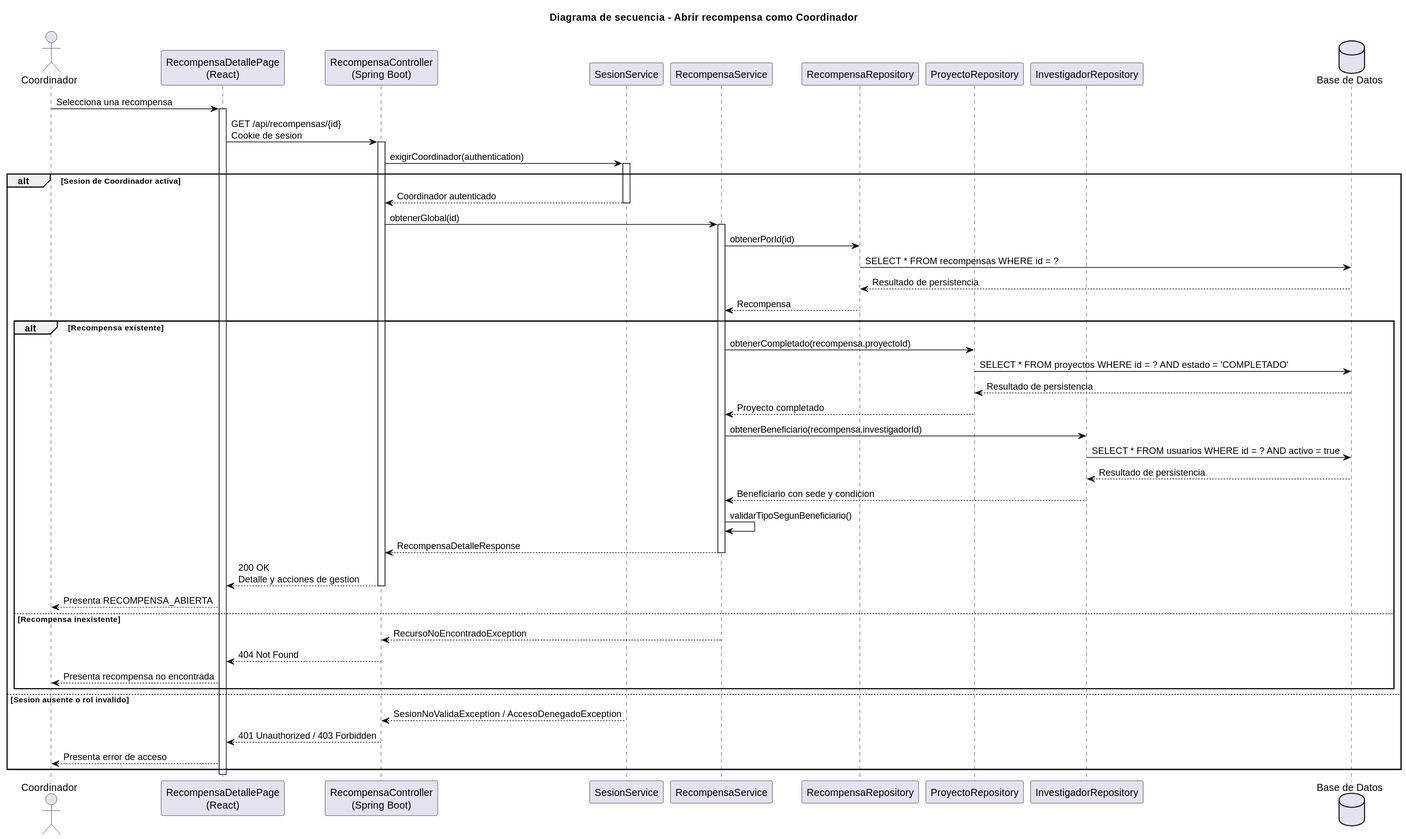
The PlantUML diagram images/RUP/02-diseño/casos-uso/coordinador/abrirRecompensa/secuencia.svg in beatriizorozco/25-26-idsw2-sdVC, before a commit. Its diagram source:
```plantuml
@startuml
title Diagrama de secuencia - Abrir recompensa como Coordinador

actor Coordinador
participant "RecompensaDetallePage\n(React)" as Frontend
participant "RecompensaController\n(Spring Boot)" as Api
participant "SesionService" as Sesion
participant "RecompensaService" as Service
participant "RecompensaRepository" as Repo
participant "ProyectoRepository" as ProyectoRepo
participant "InvestigadorRepository" as InvestigadorRepo
database "Base de Datos" as DB

Coordinador -> Frontend: Selecciona una recompensa
activate Frontend
Frontend -> Api: GET /api/recompensas/{id}\nCookie de sesion
activate Api
Api -> Sesion: exigirCoordinador(authentication)
activate Sesion
alt Sesion de Coordinador activa
    Sesion --> Api: Coordinador autenticado
    deactivate Sesion
    Api -> Service: obtenerGlobal(id)
    activate Service
    Service -> Repo: obtenerPorId(id)
    Repo -> DB: SELECT * FROM recompensas WHERE id = ?
    DB --> Repo: Resultado de persistencia
    Repo --> Service: Recompensa
    alt Recompensa existente
        Service -> ProyectoRepo: obtenerCompletado(recompensa.proyectoId)
        ProyectoRepo -> DB: SELECT * FROM proyectos WHERE id = ? AND estado = 'COMPLETADO'
        DB --> ProyectoRepo: Resultado de persistencia
        ProyectoRepo --> Service: Proyecto completado
        Service -> InvestigadorRepo: obtenerBeneficiario(recompensa.investigadorId)
        InvestigadorRepo -> DB: SELECT * FROM usuarios WHERE id = ? AND activo = true
        DB --> InvestigadorRepo: Resultado de persistencia
        InvestigadorRepo --> Service: Beneficiario con sede y condicion
        Service -> Service: validarTipoSegunBeneficiario()
        Service --> Api: RecompensaDetalleResponse
        deactivate Service
        Api --> Frontend: 200 OK\nDetalle y acciones de gestion
        deactivate Api
        Frontend --> Coordinador: Presenta RECOMPENSA_ABIERTA
    else Recompensa inexistente
        Service --> Api: RecursoNoEncontradoException
        deactivate Service
        Api --> Frontend: 404 Not Found
        deactivate Api
        Frontend --> Coordinador: Presenta recompensa no encontrada
    end
else Sesion ausente o rol invalido
    Sesion --> Api: SesionNoValidaException / AccesoDenegadoException
    deactivate Sesion
    Api --> Frontend: 401 Unauthorized / 403 Forbidden
    deactivate Api
    Frontend --> Coordinador: Presenta error de acceso
end
deactivate Frontend
@enduml
```
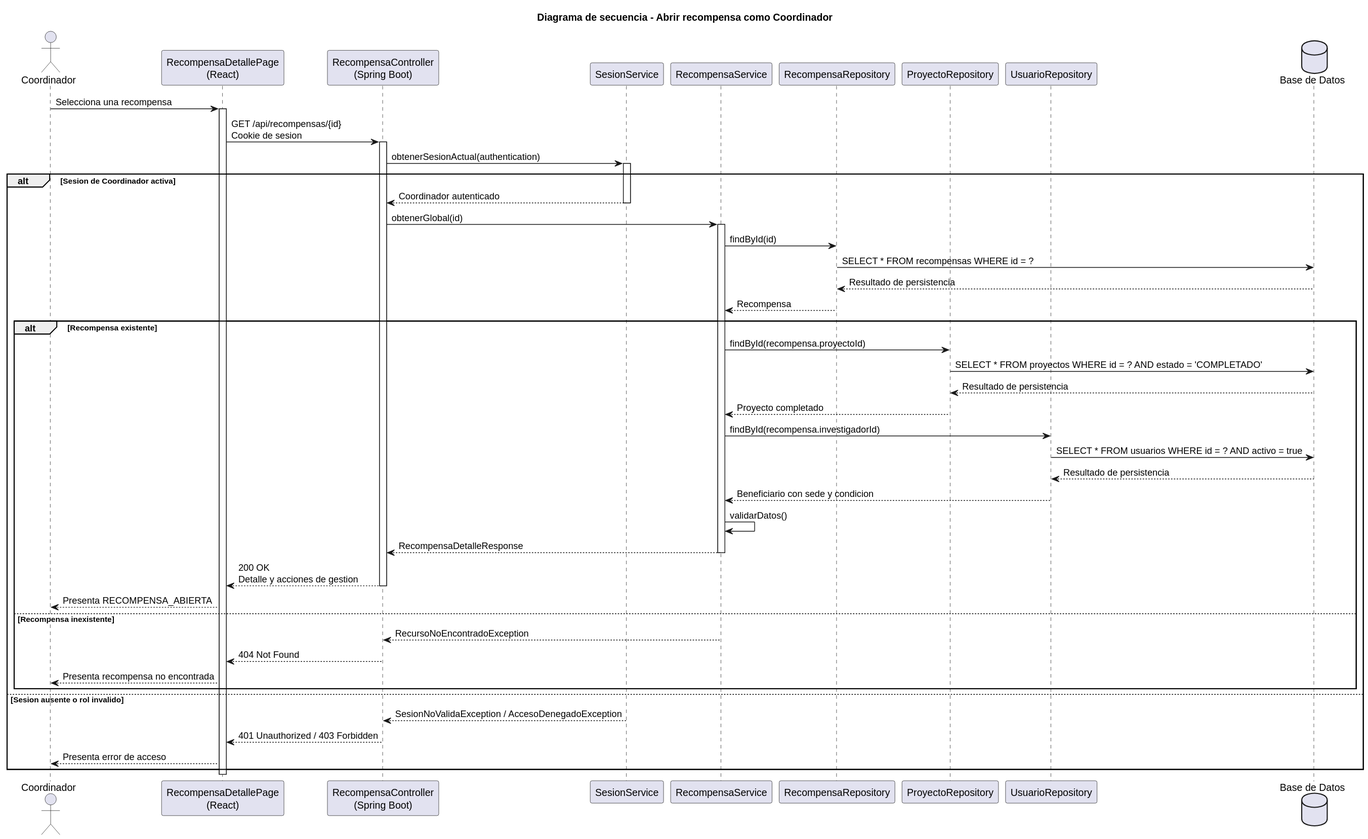
After the commit.

The edit, as a diff of the source:
```diff
@@ -8,34 +8,34 @@
 participant "RecompensaService" as Service
 participant "RecompensaRepository" as Repo
 participant "ProyectoRepository" as ProyectoRepo
-participant "InvestigadorRepository" as InvestigadorRepo
+participant "UsuarioRepository" as InvestigadorRepo
 database "Base de Datos" as DB
 
 Coordinador -> Frontend: Selecciona una recompensa
 activate Frontend
 Frontend -> Api: GET /api/recompensas/{id}\nCookie de sesion
 activate Api
-Api -> Sesion: exigirCoordinador(authentication)
+Api -> Sesion: obtenerSesionActual(authentication)
 activate Sesion
 alt Sesion de Coordinador activa
     Sesion --> Api: Coordinador autenticado
     deactivate Sesion
     Api -> Service: obtenerGlobal(id)
     activate Service
-    Service -> Repo: obtenerPorId(id)
+    Service -> Repo: findById(id)
     Repo -> DB: SELECT * FROM recompensas WHERE id = ?
     DB --> Repo: Resultado de persistencia
     Repo --> Service: Recompensa
     alt Recompensa existente
-        Service -> ProyectoRepo: obtenerCompletado(recompensa.proyectoId)
+        Service -> ProyectoRepo: findById(recompensa.proyectoId)
         ProyectoRepo -> DB: SELECT * FROM proyectos WHERE id = ? AND estado = 'COMPLETADO'
         DB --> ProyectoRepo: Resultado de persistencia
         ProyectoRepo --> Service: Proyecto completado
-        Service -> InvestigadorRepo: obtenerBeneficiario(recompensa.investigadorId)
+        Service -> InvestigadorRepo: findById(recompensa.investigadorId)
         InvestigadorRepo -> DB: SELECT * FROM usuarios WHERE id = ? AND activo = true
         DB --> InvestigadorRepo: Resultado de persistencia
         InvestigadorRepo --> Service: Beneficiario con sede y condicion
-        Service -> Service: validarTipoSegunBeneficiario()
+        Service -> Service: validarDatos()
         Service --> Api: RecompensaDetalleResponse
         deactivate Service
         Api --> Frontend: 200 OK\nDetalle y acciones de gestion
```
